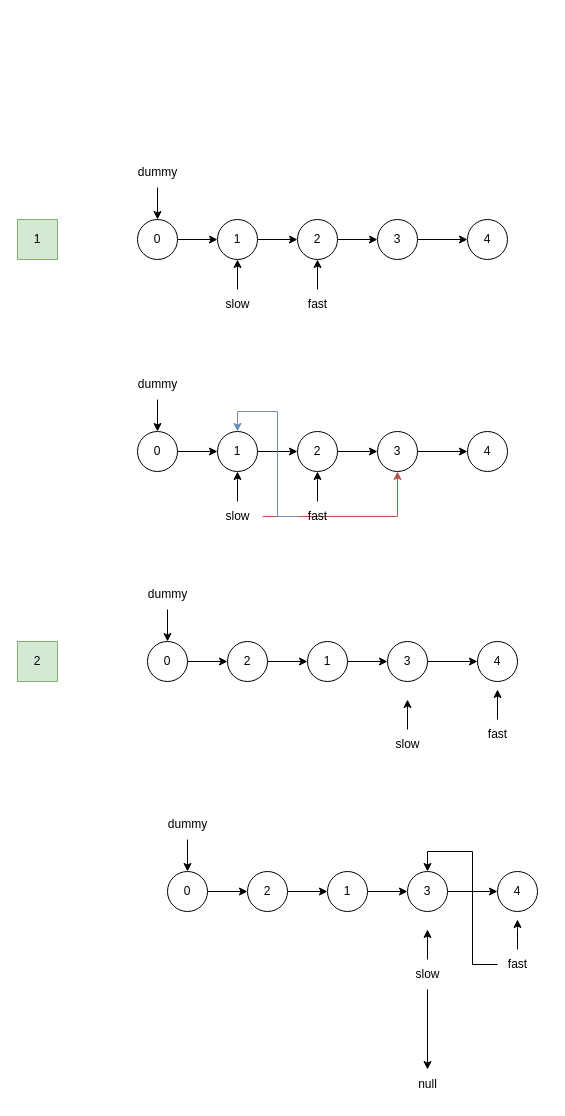
xiaoguzuiniu/drawio keeps this draw.io diagram as 两两交换链表中的节点.drawio. Above is the earlier version. Source tidied: cells renumbered, new cells numbered last; positions are measured from the earlier drawing's top-left corner, leaving out a move shared by most shapes. Both pictures are drawn from the tidied source at 100%, with x=0, y=0 at pixel (17, 157).
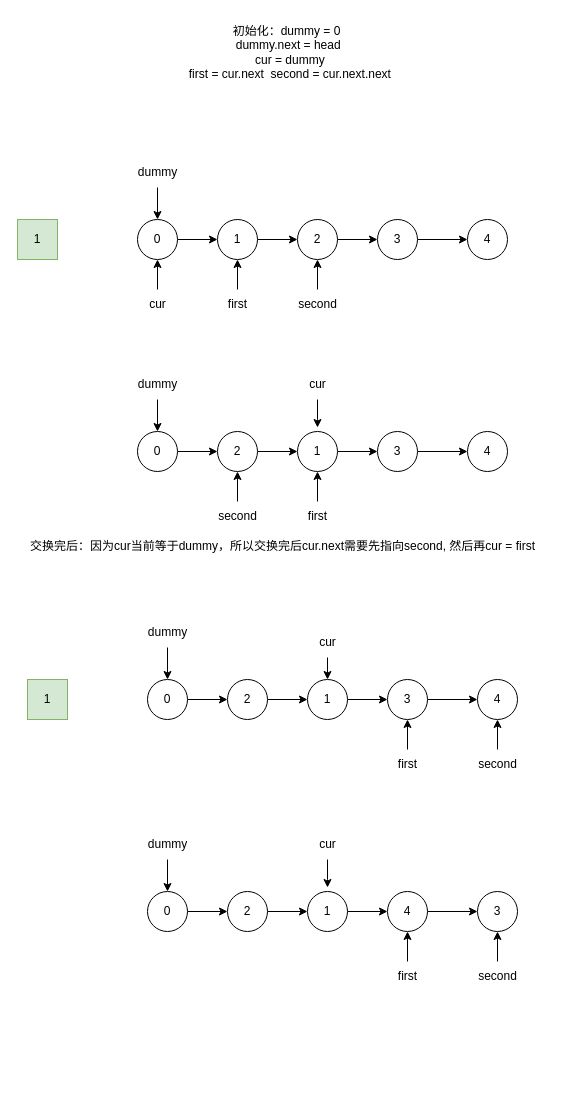
Above is the later version.

Commit message (it also covers changes not shown here):
更新两两交换链表中的节点.drawio

The change refers to these unchanged cells:
```xml
<mxCell id="17" value="0" style="ellipse;whiteSpace=wrap;html=1;" parent="1" vertex="1">
  <mxGeometry x="120" y="62" width="40" height="40" as="geometry" />
</mxCell>
<mxCell id="23" value="3" style="ellipse;whiteSpace=wrap;html=1;" parent="1" vertex="1">
  <mxGeometry x="360" y="274" width="40" height="40" as="geometry" />
</mxCell>
```

Diff of the diagram source:
```diff
@@
-    <mxCell id="13" value="slow" style="text;html=1;align=center;verticalAlign=middle;points=[];strokeColor=none;fillColor=none;" parent="1" vertex="1">
-      <mxGeometry x="195" y="132" width="50" height="30" as="geometry" />
+    <mxCell id="13" value="first" style="text;html=1;align=center;verticalAlign=middle;points=[];strokeColor=none;fillColor=none;" parent="1" vertex="1">
+      <mxGeometry x="200" y="132" width="40" height="30" as="geometry" />
     </mxCell>
@@
-    <mxCell id="15" value="fast" style="text;html=1;align=center;verticalAlign=middle;points=[];strokeColor=none;fillColor=none;" parent="1" vertex="1">
-      <mxGeometry x="280" y="132" width="40" height="30" as="geometry" />
+    <mxCell id="15" value="second" style="text;html=1;align=center;verticalAlign=middle;points=[];strokeColor=none;fillColor=none;" parent="1" vertex="1">
+      <mxGeometry x="270" y="132" width="60" height="30" as="geometry" />
     </mxCell>
@@
-    <mxCell id="19" value="1" style="ellipse;whiteSpace=wrap;html=1;" parent="1" vertex="1">
+    <mxCell id="19" value="2" style="ellipse;whiteSpace=wrap;html=1;" parent="1" vertex="1">
       <mxGeometry x="200" y="274" width="40" height="40" as="geometry" />
     </mxCell>
@@
-    <mxCell id="21" value="2" style="ellipse;whiteSpace=wrap;html=1;" parent="1" vertex="1">
+    <mxCell id="21" value="1" style="ellipse;whiteSpace=wrap;html=1;" parent="1" vertex="1">
       <mxGeometry x="280" y="274" width="40" height="40" as="geometry" />
     </mxCell>
@@
-    <mxCell id="28" style="edgeStyle=orthogonalEdgeStyle;rounded=0;jettySize=auto;html=1;entryX=0.5;entryY=1;entryDx=0;entryDy=0;fillColor=#f8cecc;strokeColor=#b85450;" parent="1" edge="1" source="29" target="23">
-      <mxGeometry relative="1" as="geometry" />
-    </mxCell>
-    <mxCell id="29" value="slow" style="text;html=1;align=center;verticalAlign=middle;points=[];strokeColor=none;fillColor=none;" parent="1" vertex="1">
-      <mxGeometry x="195" y="344" width="50" height="30" as="geometry" />
+    <mxCell id="29" value="second" style="text;html=1;align=center;verticalAlign=middle;points=[];strokeColor=none;fillColor=none;" parent="1" vertex="1">
+      <mxGeometry x="190" y="344" width="60" height="30" as="geometry" />
     </mxCell>
-    <mxCell id="30" style="edgeStyle=orthogonalEdgeStyle;rounded=0;jettySize=auto;html=1;entryX=0.5;entryY=0;entryDx=0;entryDy=0;fillColor=#dae8fc;strokeColor=#6c8ebf;" parent="1" edge="1" source="32" target="19">
-      <mxGeometry relative="1" as="geometry" />
-    </mxCell>
@@
-    <mxCell id="32" value="fast" style="text;html=1;align=center;verticalAlign=middle;points=[];strokeColor=none;fillColor=none;" parent="1" vertex="1">
+    <mxCell id="32" value="first" style="text;html=1;align=center;verticalAlign=middle;points=[];strokeColor=none;fillColor=none;" parent="1" vertex="1">
       <mxGeometry x="280" y="344" width="40" height="30" as="geometry" />
     </mxCell>
@@
-    <mxCell id="35" style="edgeStyle=orthogonalEdgeStyle;rounded=0;jettySize=auto;html=1;" parent="1" edge="1" source="36" target="38">
-      <mxGeometry relative="1" as="geometry" />
-    </mxCell>
-    <mxCell id="36" value="2" style="ellipse;whiteSpace=wrap;html=1;" parent="1" vertex="1">
-      <mxGeometry x="210" y="484" width="40" height="40" as="geometry" />
-    </mxCell>
-    <mxCell id="37" style="edgeStyle=orthogonalEdgeStyle;rounded=0;jettySize=auto;html=1;" parent="1" edge="1" source="38" target="40">
-      <mxGeometry relative="1" as="geometry" />
-    </mxCell>
-    <mxCell id="38" value="1" style="ellipse;whiteSpace=wrap;html=1;" parent="1" vertex="1">
-      <mxGeometry x="290" y="484" width="40" height="40" as="geometry" />
-    </mxCell>
-    <mxCell id="39" style="edgeStyle=orthogonalEdgeStyle;rounded=0;jettySize=auto;html=1;" parent="1" edge="1" source="40" target="41">
-      <mxGeometry relative="1" as="geometry" />
-    </mxCell>
-    <mxCell id="40" value="3" style="ellipse;whiteSpace=wrap;html=1;" parent="1" vertex="1">
-      <mxGeometry x="370" y="484" width="40" height="40" as="geometry" />
-    </mxCell>
-    <mxCell id="41" value="4" style="ellipse;whiteSpace=wrap;html=1;" parent="1" vertex="1">
-      <mxGeometry x="460" y="484" width="40" height="40" as="geometry" />
-    </mxCell>
-    <mxCell id="42" style="edgeStyle=orthogonalEdgeStyle;rounded=0;jettySize=auto;html=1;" parent="1" edge="1" source="43" target="49">
-      <mxGeometry relative="1" as="geometry" />
-    </mxCell>
-    <mxCell id="43" value="dummy" style="text;html=1;align=center;verticalAlign=middle;points=[];strokeColor=none;fillColor=none;" parent="1" vertex="1">
-      <mxGeometry x="120" y="422" width="60" height="30" as="geometry" />
-    </mxCell>
-    <mxCell id="44" style="edgeStyle=orthogonalEdgeStyle;rounded=0;jettySize=auto;html=1;entryX=0.5;entryY=1;entryDx=0;entryDy=0;" parent="1" edge="1" source="45">
-      <mxGeometry relative="1" as="geometry">
-        <mxPoint x="390" y="542" as="targetPoint" />
-      </mxGeometry>
-    </mxCell>
-    <mxCell id="45" value="slow" style="text;html=1;align=center;verticalAlign=middle;points=[];strokeColor=none;fillColor=none;" parent="1" vertex="1">
-      <mxGeometry x="365" y="572" width="50" height="30" as="geometry" />
-    </mxCell>
-    <mxCell id="46" style="edgeStyle=orthogonalEdgeStyle;rounded=0;jettySize=auto;html=1;" parent="1" edge="1" source="47">
-      <mxGeometry relative="1" as="geometry">
-        <mxPoint x="480" y="532" as="targetPoint" />
-      </mxGeometry>
-    </mxCell>
-    <mxCell id="47" value="fast" style="text;html=1;align=center;verticalAlign=middle;points=[];strokeColor=none;fillColor=none;" parent="1" vertex="1">
-      <mxGeometry x="460" y="562" width="40" height="30" as="geometry" />
-    </mxCell>
-    <mxCell id="48" style="edgeStyle=orthogonalEdgeStyle;rounded=0;jettySize=auto;html=1;" parent="1" edge="1" source="49" target="36">
-      <mxGeometry relative="1" as="geometry" />
-    </mxCell>
-    <mxCell id="49" value="0" style="ellipse;whiteSpace=wrap;html=1;" parent="1" vertex="1">
-      <mxGeometry x="130" y="484" width="40" height="40" as="geometry" />
-    </mxCell>
-    <mxCell id="50" value="2" style="rounded=0;whiteSpace=wrap;html=1;fillColor=#d5e8d4;strokeColor=#82b366;" parent="1" vertex="1">
-      <mxGeometry y="484" width="40" height="40" as="geometry" />
-    </mxCell>
-    <mxCell id="51" style="edgeStyle=orthogonalEdgeStyle;rounded=0;jettySize=auto;html=1;" parent="1" edge="1" source="52" target="54">
-      <mxGeometry relative="1" as="geometry" />
-    </mxCell>
-    <mxCell id="52" value="2" style="ellipse;whiteSpace=wrap;html=1;" parent="1" vertex="1">
-      <mxGeometry x="230" y="714" width="40" height="40" as="geometry" />
-    </mxCell>
-    <mxCell id="53" style="edgeStyle=orthogonalEdgeStyle;rounded=0;jettySize=auto;html=1;" parent="1" edge="1" source="54" target="56">
-      <mxGeometry relative="1" as="geometry" />
-    </mxCell>
-    <mxCell id="54" value="1" style="ellipse;whiteSpace=wrap;html=1;" parent="1" vertex="1">
-      <mxGeometry x="310" y="714" width="40" height="40" as="geometry" />
-    </mxCell>
-    <mxCell id="55" style="edgeStyle=orthogonalEdgeStyle;rounded=0;jettySize=auto;html=1;" parent="1" edge="1" source="56" target="57">
-      <mxGeometry relative="1" as="geometry" />
-    </mxCell>
-    <mxCell id="56" value="3" style="ellipse;whiteSpace=wrap;html=1;" parent="1" vertex="1">
-      <mxGeometry x="390" y="714" width="40" height="40" as="geometry" />
-    </mxCell>
-    <mxCell id="57" value="4" style="ellipse;whiteSpace=wrap;html=1;" parent="1" vertex="1">
-      <mxGeometry x="480" y="714" width="40" height="40" as="geometry" />
-    </mxCell>
-    <mxCell id="58" style="edgeStyle=orthogonalEdgeStyle;rounded=0;jettySize=auto;html=1;" parent="1" edge="1" source="59" target="67">
-      <mxGeometry relative="1" as="geometry" />
-    </mxCell>
-    <mxCell id="59" value="dummy" style="text;html=1;align=center;verticalAlign=middle;points=[];strokeColor=none;fillColor=none;" parent="1" vertex="1">
-      <mxGeometry x="140" y="652" width="60" height="30" as="geometry" />
-    </mxCell>
-    <mxCell id="60" style="edgeStyle=orthogonalEdgeStyle;rounded=0;jettySize=auto;html=1;entryX=0.5;entryY=1;entryDx=0;entryDy=0;" parent="1" edge="1" source="62">
-      <mxGeometry relative="1" as="geometry">
-        <mxPoint x="410" y="772" as="targetPoint" />
-      </mxGeometry>
-    </mxCell>
-    <mxCell id="61" style="edgeStyle=orthogonalEdgeStyle;rounded=0;jettySize=auto;html=1;" parent="1" edge="1" source="62" target="68">
-      <mxGeometry relative="1" as="geometry" />
-    </mxCell>
-    <mxCell id="62" value="slow" style="text;html=1;align=center;verticalAlign=middle;points=[];strokeColor=none;fillColor=none;" parent="1" vertex="1">
-      <mxGeometry x="385" y="802" width="50" height="30" as="geometry" />
-    </mxCell>
-    <mxCell id="63" style="edgeStyle=orthogonalEdgeStyle;rounded=0;jettySize=auto;html=1;" parent="1" edge="1" source="65">
-      <mxGeometry relative="1" as="geometry">
-        <mxPoint x="500" y="762" as="targetPoint" />
-      </mxGeometry>
-    </mxCell>
-    <mxCell id="64" style="edgeStyle=orthogonalEdgeStyle;rounded=0;jettySize=auto;html=1;entryX=0.5;entryY=0;entryDx=0;entryDy=0;" parent="1" edge="1" source="65" target="56">
-      <mxGeometry relative="1" as="geometry" />
-    </mxCell>
-    <mxCell id="65" value="fast" style="text;html=1;align=center;verticalAlign=middle;points=[];strokeColor=none;fillColor=none;" parent="1" vertex="1">
-      <mxGeometry x="480" y="792" width="40" height="30" as="geometry" />
-    </mxCell>
-    <mxCell id="66" style="edgeStyle=orthogonalEdgeStyle;rounded=0;jettySize=auto;html=1;" parent="1" edge="1" source="67" target="52">
-      <mxGeometry relative="1" as="geometry" />
-    </mxCell>
-    <mxCell id="67" value="0" style="ellipse;whiteSpace=wrap;html=1;" parent="1" vertex="1">
-      <mxGeometry x="150" y="714" width="40" height="40" as="geometry" />
-    </mxCell>
-    <mxCell id="68" value="null" style="text;html=1;align=center;verticalAlign=middle;points=[];strokeColor=none;fillColor=none;" parent="1" vertex="1">
-      <mxGeometry x="390" y="912" width="40" height="30" as="geometry" />
-    </mxCell>
+    <mxCell id="69" style="edgeStyle=orthogonalEdgeStyle;rounded=0;jettySize=auto;html=1;" parent="1" edge="1" source="70" target="17">
+      <mxGeometry relative="1" as="geometry" />
+    </mxCell>
+    <mxCell id="70" value="cur" style="text;html=1;align=center;verticalAlign=middle;points=[];strokeColor=none;fillColor=none;" parent="1" vertex="1">
+      <mxGeometry x="120" y="132" width="40" height="30" as="geometry" />
+    </mxCell>
+    <mxCell id="71" value="初始化：dummy = 0&amp;nbsp; &amp;nbsp;&lt;div&gt;dummy.next = head&amp;nbsp;&amp;nbsp;&lt;/div&gt;&lt;div&gt;cur = dummy&amp;nbsp;&lt;/div&gt;&lt;div&gt;&amp;nbsp;first = cur.next&amp;nbsp; second = cur.next.next&amp;nbsp;&amp;nbsp;&lt;/div&gt;" style="text;html=1;align=center;verticalAlign=middle;strokeColor=none;fillColor=none;" parent="1" vertex="1">
+      <mxGeometry x="154" y="-140" width="240" height="70" as="geometry" />
+    </mxCell>
+    <mxCell id="72" style="edgeStyle=orthogonalEdgeStyle;rounded=0;jettySize=auto;html=1;" parent="1" edge="1" source="73">
+      <mxGeometry relative="1" as="geometry">
+        <mxPoint x="300" y="270" as="targetPoint" />
+      </mxGeometry>
+    </mxCell>
+    <mxCell id="73" value="cur" style="text;html=1;align=center;verticalAlign=middle;points=[];strokeColor=none;fillColor=none;" parent="1" vertex="1">
+      <mxGeometry x="280" y="212" width="40" height="30" as="geometry" />
+    </mxCell>
+    <mxCell id="74" value="交换完后：因为cur当前等于dummy，所以交换完后cur.next需要先指向second, 然后再cur = first" style="text;html=1;align=center;verticalAlign=middle;strokeColor=none;fillColor=none;" parent="1" vertex="1">
+      <mxGeometry y="374" width="530" height="30" as="geometry" />
+    </mxCell>
+    <mxCell id="75" style="edgeStyle=orthogonalEdgeStyle;rounded=0;jettySize=auto;html=1;" parent="1" edge="1" source="76" target="78">
+      <mxGeometry relative="1" as="geometry" />
+    </mxCell>
+    <mxCell id="76" value="2" style="ellipse;whiteSpace=wrap;html=1;" parent="1" vertex="1">
+      <mxGeometry x="210" y="522" width="40" height="40" as="geometry" />
+    </mxCell>
+    <mxCell id="77" style="edgeStyle=orthogonalEdgeStyle;rounded=0;jettySize=auto;html=1;" parent="1" edge="1" source="78" target="80">
+      <mxGeometry relative="1" as="geometry" />
+    </mxCell>
+    <mxCell id="78" value="1" style="ellipse;whiteSpace=wrap;html=1;" parent="1" vertex="1">
+      <mxGeometry x="290" y="522" width="40" height="40" as="geometry" />
+    </mxCell>
+    <mxCell id="79" style="edgeStyle=orthogonalEdgeStyle;rounded=0;jettySize=auto;html=1;" parent="1" edge="1" source="80" target="81">
+      <mxGeometry relative="1" as="geometry" />
+    </mxCell>
+    <mxCell id="80" value="3" style="ellipse;whiteSpace=wrap;html=1;" parent="1" vertex="1">
+      <mxGeometry x="370" y="522" width="40" height="40" as="geometry" />
+    </mxCell>
+    <mxCell id="81" value="4" style="ellipse;whiteSpace=wrap;html=1;" parent="1" vertex="1">
+      <mxGeometry x="460" y="522" width="40" height="40" as="geometry" />
+    </mxCell>
+    <mxCell id="82" value="1" style="rounded=0;whiteSpace=wrap;html=1;fillColor=#d5e8d4;strokeColor=#82b366;" parent="1" vertex="1">
+      <mxGeometry x="10" y="522" width="40" height="40" as="geometry" />
+    </mxCell>
+    <mxCell id="83" style="edgeStyle=orthogonalEdgeStyle;rounded=0;jettySize=auto;html=1;" parent="1" edge="1" source="84" target="90">
+      <mxGeometry relative="1" as="geometry" />
+    </mxCell>
+    <mxCell id="84" value="dummy" style="text;html=1;align=center;verticalAlign=middle;points=[];strokeColor=none;fillColor=none;" parent="1" vertex="1">
+      <mxGeometry x="120" y="460" width="60" height="30" as="geometry" />
+    </mxCell>
+    <mxCell id="85" style="edgeStyle=orthogonalEdgeStyle;rounded=0;jettySize=auto;html=1;" parent="1" edge="1" source="86" target="80">
+      <mxGeometry relative="1" as="geometry" />
+    </mxCell>
+    <mxCell id="86" value="first" style="text;html=1;align=center;verticalAlign=middle;points=[];strokeColor=none;fillColor=none;" parent="1" vertex="1">
+      <mxGeometry x="370" y="592" width="40" height="30" as="geometry" />
+    </mxCell>
+    <mxCell id="87" style="edgeStyle=orthogonalEdgeStyle;rounded=0;jettySize=auto;html=1;" parent="1" edge="1" source="88" target="81">
+      <mxGeometry relative="1" as="geometry" />
+    </mxCell>
+    <mxCell id="88" value="second" style="text;html=1;align=center;verticalAlign=middle;points=[];strokeColor=none;fillColor=none;" parent="1" vertex="1">
+      <mxGeometry x="450" y="592" width="60" height="30" as="geometry" />
+    </mxCell>
+    <mxCell id="89" style="edgeStyle=orthogonalEdgeStyle;rounded=0;jettySize=auto;html=1;" parent="1" edge="1" source="90" target="76">
+      <mxGeometry relative="1" as="geometry" />
+    </mxCell>
+    <mxCell id="90" value="0" style="ellipse;whiteSpace=wrap;html=1;" parent="1" vertex="1">
+      <mxGeometry x="130" y="522" width="40" height="40" as="geometry" />
+    </mxCell>
+    <mxCell id="91" style="edgeStyle=orthogonalEdgeStyle;rounded=0;jettySize=auto;html=1;" parent="1" edge="1" source="92" target="94">
+      <mxGeometry relative="1" as="geometry" />
+    </mxCell>
+    <mxCell id="92" value="2" style="ellipse;whiteSpace=wrap;html=1;" parent="1" vertex="1">
+      <mxGeometry x="210" y="734" width="40" height="40" as="geometry" />
+    </mxCell>
+    <mxCell id="93" style="edgeStyle=orthogonalEdgeStyle;rounded=0;jettySize=auto;html=1;" parent="1" edge="1" source="94" target="96">
+      <mxGeometry relative="1" as="geometry" />
+    </mxCell>
+    <mxCell id="94" value="1" style="ellipse;whiteSpace=wrap;html=1;" parent="1" vertex="1">
+      <mxGeometry x="290" y="734" width="40" height="40" as="geometry" />
+    </mxCell>
+    <mxCell id="95" style="edgeStyle=orthogonalEdgeStyle;rounded=0;jettySize=auto;html=1;" parent="1" edge="1" source="96" target="97">
+      <mxGeometry relative="1" as="geometry" />
+    </mxCell>
+    <mxCell id="96" value="4" style="ellipse;whiteSpace=wrap;html=1;" parent="1" vertex="1">
+      <mxGeometry x="370" y="734" width="40" height="40" as="geometry" />
+    </mxCell>
+    <mxCell id="97" value="3" style="ellipse;whiteSpace=wrap;html=1;" parent="1" vertex="1">
+      <mxGeometry x="460" y="734" width="40" height="40" as="geometry" />
+    </mxCell>
+    <mxCell id="98" style="edgeStyle=orthogonalEdgeStyle;rounded=0;jettySize=auto;html=1;" parent="1" edge="1" source="99" target="105">
+      <mxGeometry relative="1" as="geometry" />
+    </mxCell>
+    <mxCell id="99" value="dummy" style="text;html=1;align=center;verticalAlign=middle;points=[];strokeColor=none;fillColor=none;" parent="1" vertex="1">
+      <mxGeometry x="120" y="672" width="60" height="30" as="geometry" />
+    </mxCell>
+    <mxCell id="100" style="edgeStyle=orthogonalEdgeStyle;rounded=0;jettySize=auto;html=1;" parent="1" edge="1" source="101" target="97">
+      <mxGeometry relative="1" as="geometry" />
+    </mxCell>
+    <mxCell id="101" value="second" style="text;html=1;align=center;verticalAlign=middle;points=[];strokeColor=none;fillColor=none;" parent="1" vertex="1">
+      <mxGeometry x="450" y="804" width="60" height="30" as="geometry" />
+    </mxCell>
+    <mxCell id="102" style="edgeStyle=orthogonalEdgeStyle;rounded=0;jettySize=auto;html=1;" parent="1" edge="1" source="103" target="96">
+      <mxGeometry relative="1" as="geometry" />
+    </mxCell>
+    <mxCell id="103" value="first" style="text;html=1;align=center;verticalAlign=middle;points=[];strokeColor=none;fillColor=none;" parent="1" vertex="1">
+      <mxGeometry x="370" y="804" width="40" height="30" as="geometry" />
+    </mxCell>
+    <mxCell id="104" style="edgeStyle=orthogonalEdgeStyle;rounded=0;jettySize=auto;html=1;" parent="1" edge="1" source="105" target="92">
+      <mxGeometry relative="1" as="geometry" />
+    </mxCell>
+    <mxCell id="105" value="0" style="ellipse;whiteSpace=wrap;html=1;" parent="1" vertex="1">
+      <mxGeometry x="130" y="734" width="40" height="40" as="geometry" />
+    </mxCell>
+    <mxCell id="106" style="edgeStyle=orthogonalEdgeStyle;rounded=0;jettySize=auto;html=1;" parent="1" edge="1" source="107" target="78">
+      <mxGeometry relative="1" as="geometry" />
+    </mxCell>
+    <mxCell id="107" value="cur" style="text;html=1;align=center;verticalAlign=middle;points=[];strokeColor=none;fillColor=none;" parent="1" vertex="1">
+      <mxGeometry x="290" y="470" width="40" height="30" as="geometry" />
+    </mxCell>
+    <mxCell id="108" style="edgeStyle=orthogonalEdgeStyle;rounded=0;jettySize=auto;html=1;" parent="1" edge="1" source="109">
+      <mxGeometry relative="1" as="geometry">
+        <mxPoint x="310" y="730" as="targetPoint" />
+      </mxGeometry>
+    </mxCell>
+    <mxCell id="109" value="cur" style="text;html=1;align=center;verticalAlign=middle;points=[];strokeColor=none;fillColor=none;" parent="1" vertex="1">
+      <mxGeometry x="290" y="672" width="40" height="30" as="geometry" />
+    </mxCell>
```
